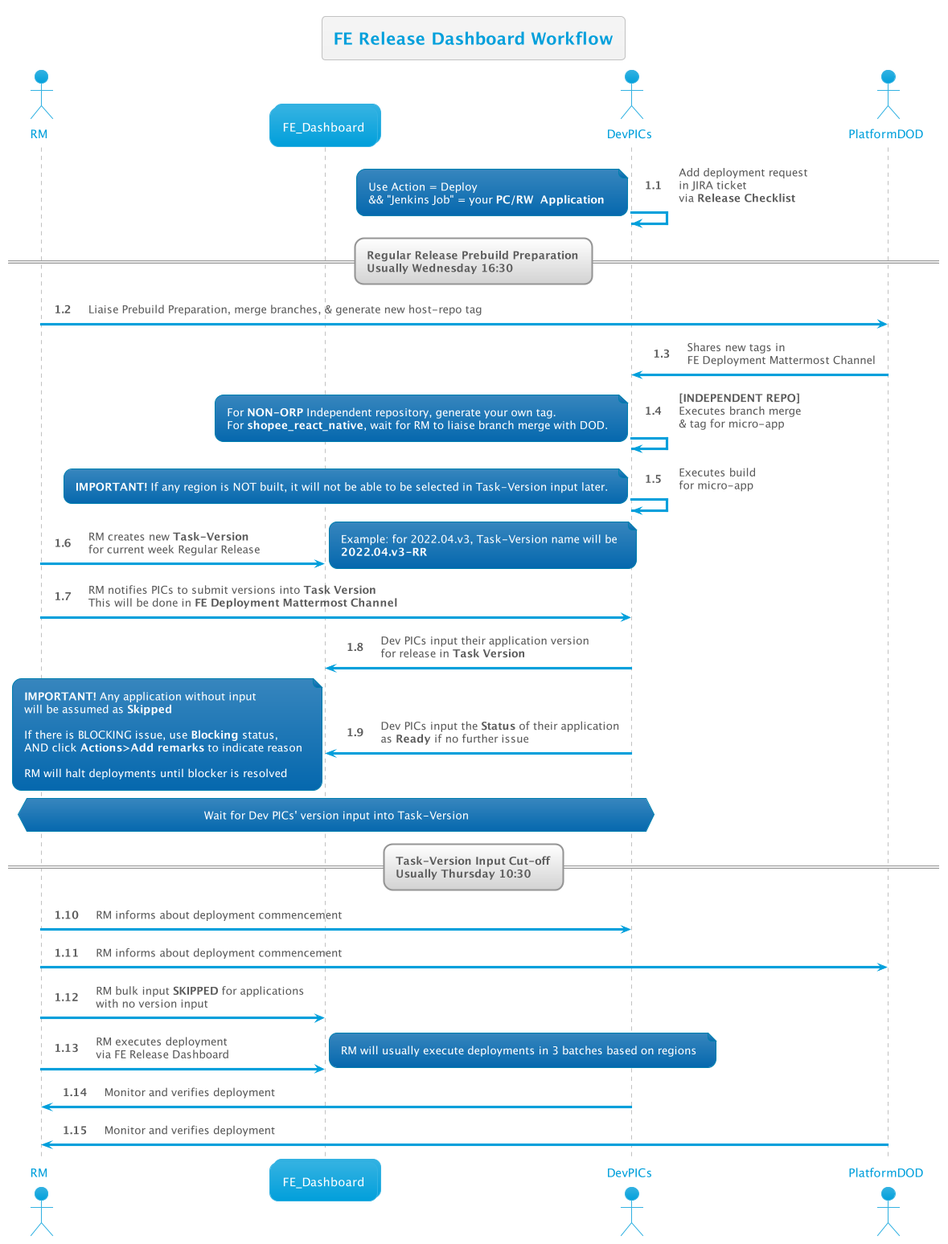
Above: out/FE Release Dashboard/Workflow/1/1.png in thetomitomo/diagrams (PlantUML), before the change. Source of this version:
```plantuml
@startuml

title FE Release Dashboard Workflow

!include __init__


DevPICs -> DevPICs : Add deployment request\nin JIRA ticket\nvia <b>Release Checklist</b>
note left
    Use Action = Deploy
    && "Jenkins Job" = your <b>PC/RW  Application </b>
end note

== Regular Release Prebuild Preparation\nUsually Wednesday 16:30  ==

RM -> PlatformDOD : Liaise Prebuild Preparation, merge branches, & generate new host-repo tag
PlatformDOD->DevPICs : Shares new tags in\nFE Deployment Mattermost Channel

DevPICs -> DevPICs : <b>[INDEPENDENT REPO]</b>\nExecutes branch merge\n& tag for micro-app
note left
    For <b>NON-ORP</b> Independent repository, generate your own tag.
    For <b>shopee_react_native</b>, wait for RM to liaise branch merge with DOD.
end note

DevPICs -> DevPICs : Executes build\nfor micro-app
note left
    <b>IMPORTANT!</b> If any region is NOT built, it will not be able to be selected in Task-Version input later.
end note

RM -> Dash : RM creates new <b>Task-Version</b>\nfor current week Regular Release
note right
    Example: for 2022.04.v3, Task-Version name will be
    <b>2022.04.v3-RR</b>
end note

RM -> DevPICs : RM notifies PICs to submit versions into <b>Task Version</b>\nThis will be done in <b>FE Deployment Mattermost Channel</b>

DevPICs -> Dash : Dev PICs input their application version\nfor release in <b>Task Version</b>
DevPICs -> Dash : Dev PICs input the <b>Status</b> of their application\nas <b>Ready</b> if no further issue
note left
    <b>IMPORTANT!</b> Any application without input
    will be assumed as <b>Skipped</b>

    If there is BLOCKING issue, use <b>Blocking</b> status,
    AND click <b>Actions>Add remarks</b> to indicate reason

    RM will halt deployments until blocker is resolved
end note

hnote over RM,DevPICs: Wait for Dev PICs' version input into Task-Version

== Task-Version Input Cut-off\nUsually Thursday 10:30  ==

RM -> DevPICs : RM informs about deployment commencement
RM -> PlatformDOD : RM informs about deployment commencement
RM -> Dash : RM bulk input <b>SKIPPED</b> for applications\nwith no version input
RM -> Dash : RM executes deployment\nvia FE Release Dashboard
note right
    RM will usually execute deployments in 3 batches based on regions
end note

DevPICs -> RM : Monitor and verifies deployment
PlatformDOD -> RM : Monitor and verifies deployment

@enduml
```
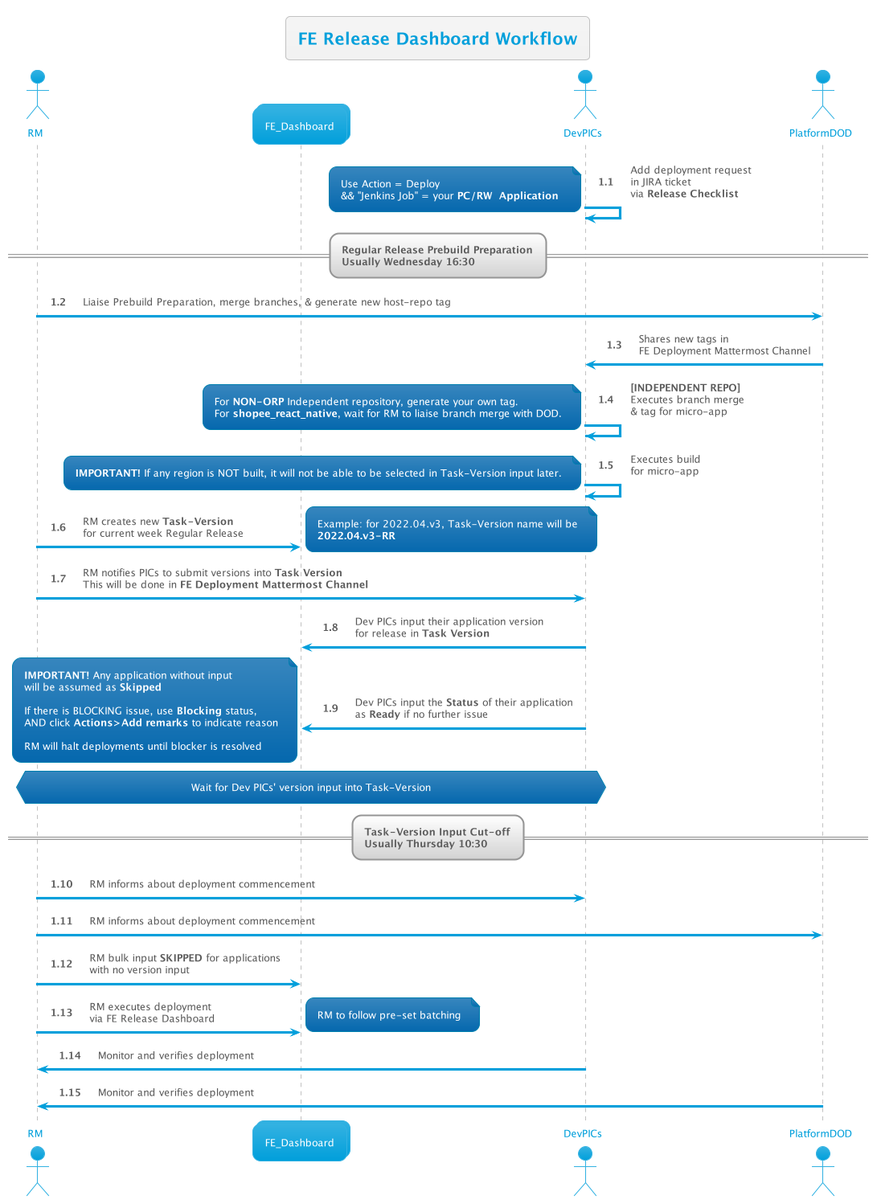
After the commit.

Commit message:
update fe dashboard detail

The edit, as a diff of the source:
```diff
@@ -56,7 +56,7 @@
 RM -> Dash : RM bulk input <b>SKIPPED</b> for applications\nwith no version input
 RM -> Dash : RM executes deployment\nvia FE Release Dashboard
 note right
-    RM will usually execute deployments in 3 batches based on regions
+    RM to follow pre-set batching
 end note
 
 DevPICs -> RM : Monitor and verifies deployment
```
